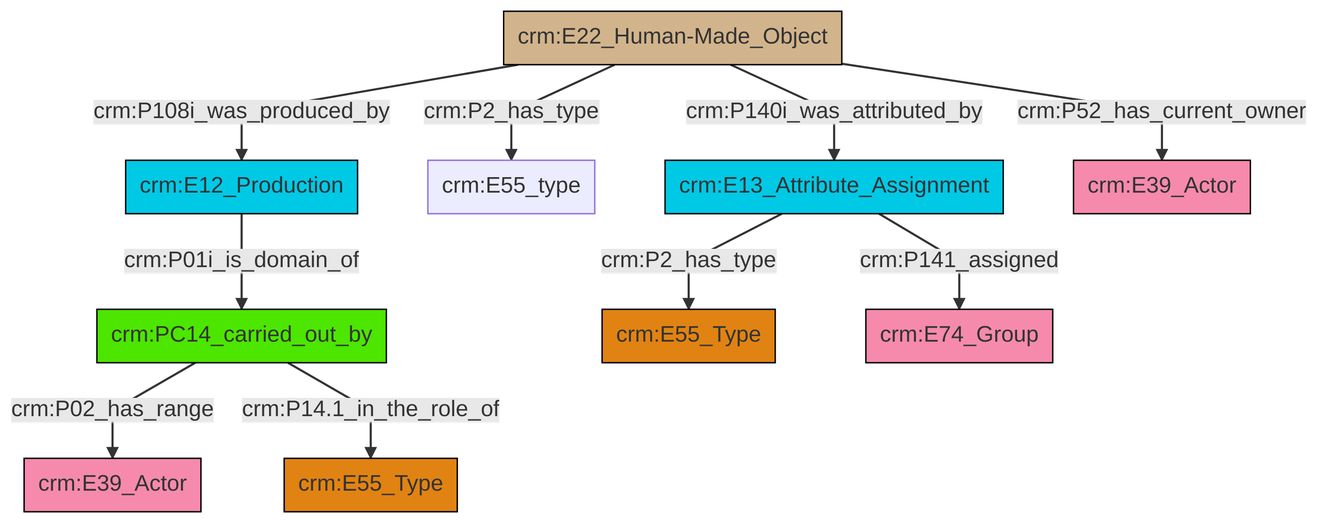
Above: et/builtWorkCSV/ttl/mmd/png/Built_Work_actor_relations.png in swiss-art-research-net/docs.swissartresearch (Mermaid), before the change. Its source is kept beside it as et/builtWorkCSV/ttl/mmd/Built_Work_actor_relations.ttl.mmd.
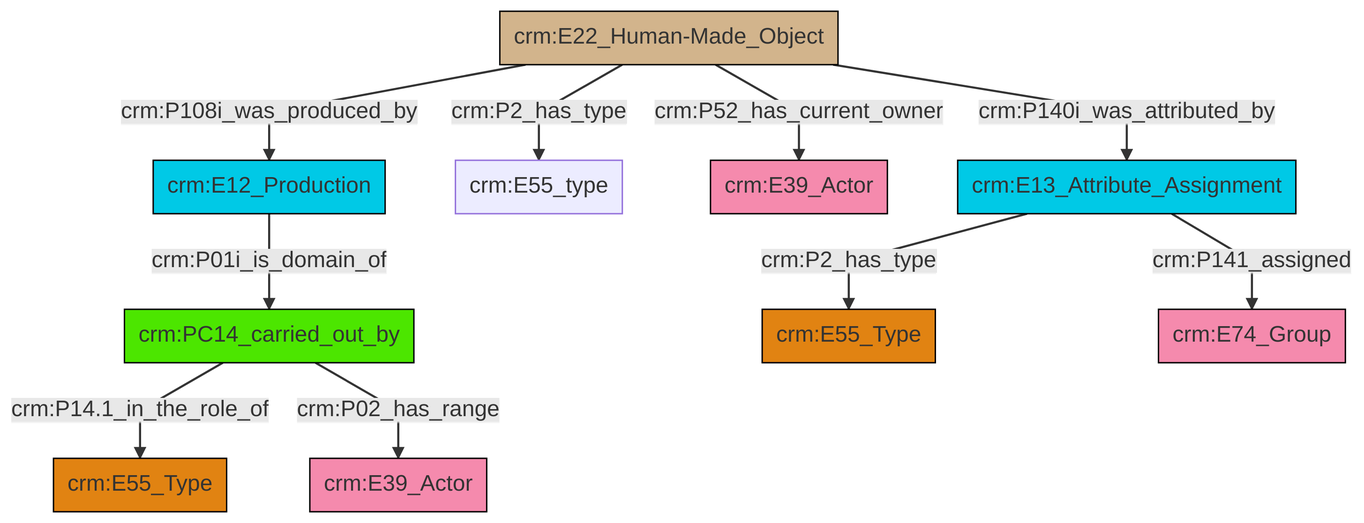
After the commit.

Change to the diagram source:
```diff
@@ -13,12 +13,12 @@
 classDef PC_Classes fill:#4ce600, stroke:#000000;
 classDef Multi fill:#cccccc,stroke:#000000;
 
-0["crm:E22_Human-Made_Object"]:::Physical_Thing -->|crm:P140i_was_attributed_by| 1["crm:E13_Attribute_Assignment"]:::Temporal_Entity
-2["crm:PC14_carried_out_by"]:::PC_Classes -->|crm:P02_has_range| 3["crm:E39_Actor"]:::Actor
-0["crm:E22_Human-Made_Object"]:::Physical_Thing -->|crm:P2_has_type| 4["crm:E55_type"]:::Default
-1["crm:E13_Attribute_Assignment"]:::Temporal_Entity -->|crm:P2_has_type| 5["crm:E55_Type"]:::Type
-0["crm:E22_Human-Made_Object"]:::Physical_Thing -->|crm:P108i_was_produced_by| 10["crm:E12_Production"]:::Temporal_Entity
-0["crm:E22_Human-Made_Object"]:::Physical_Thing -->|crm:P52_has_current_owner| 13["crm:E39_Actor"]:::Actor
-2["crm:PC14_carried_out_by"]:::PC_Classes -->|crm:P14.1_in_the_role_of| 6["crm:E55_Type"]:::Type
-1["crm:E13_Attribute_Assignment"]:::Temporal_Entity -->|crm:P141_assigned| 8["crm:E74_Group"]:::Actor
-10["crm:E12_Production"]:::Temporal_Entity -->|crm:P01i_is_domain_of| 2["crm:PC14_carried_out_by"]:::PC_Classes
+0["crm:PC14_carried_out_by"]:::PC_Classes -->|crm:P14.1_in_the_role_of| 1["crm:E55_Type"]:::Type
+2["crm:E13_Attribute_Assignment"]:::Temporal_Entity -->|crm:P2_has_type| 3["crm:E55_Type"]:::Type
+0["crm:PC14_carried_out_by"]:::PC_Classes -->|crm:P02_has_range| 4["crm:E39_Actor"]:::Actor
+6["crm:E22_Human-Made_Object"]:::Physical_Thing -->|crm:P2_has_type| 8["crm:E55_type"]:::Default
+2["crm:E13_Attribute_Assignment"]:::Temporal_Entity -->|crm:P141_assigned| 9["crm:E74_Group"]:::Actor
+6["crm:E22_Human-Made_Object"]:::Physical_Thing -->|crm:P52_has_current_owner| 12["crm:E39_Actor"]:::Actor
+6["crm:E22_Human-Made_Object"]:::Physical_Thing -->|crm:P108i_was_produced_by| 14["crm:E12_Production"]:::Temporal_Entity
+14["crm:E12_Production"]:::Temporal_Entity -->|crm:P01i_is_domain_of| 0["crm:PC14_carried_out_by"]:::PC_Classes
+6["crm:E22_Human-Made_Object"]:::Physical_Thing -->|crm:P140i_was_attributed_by| 2["crm:E13_Attribute_Assignment"]:::Temporal_Entity
```
